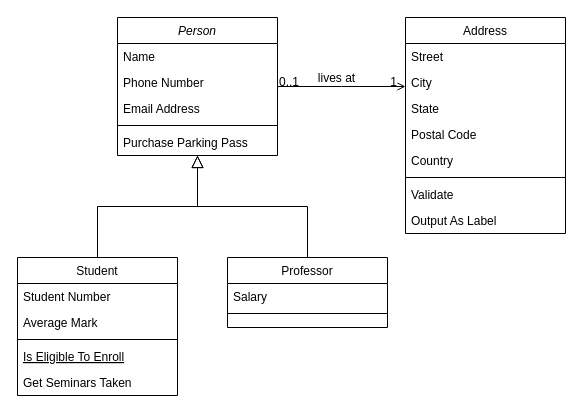
Earlier version of the draw.io diagram classDiagram.drawio (mikaZimmermann/golfApp). Source tidied: cells renumbered, new cells numbered last; positions are measured from the earlier drawing's top-left corner, leaving out a move shared by most shapes. Both pictures are drawn from the tidied source at 100%, with x=0, y=0 at pixel (17, 17).
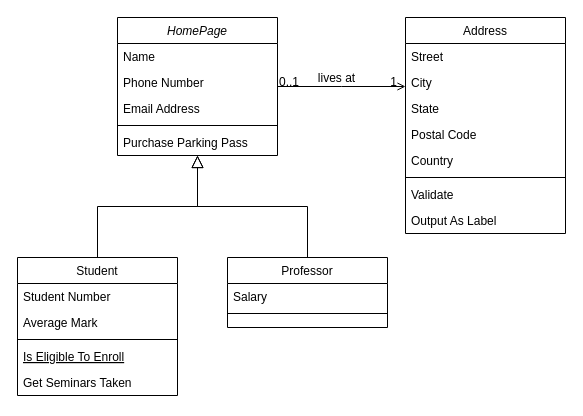
Above is the later version.

Diff of the diagram source:
```diff
@@
-    <mxCell id="2" value="Person" style="swimlane;fontStyle=2;align=center;verticalAlign=top;horizontal=1;startSize=26;rounded=0;shadow=0;strokeWidth=1;" parent="1" vertex="1">
+    <mxCell id="2" value="HomePage" style="swimlane;fontStyle=2;align=center;verticalAlign=top;horizontal=1;startSize=26;rounded=0;shadow=0;strokeWidth=1;" parent="1" vertex="1">
       <mxGeometry x="100" width="160" height="138" as="geometry" />
     </mxCell>
```
